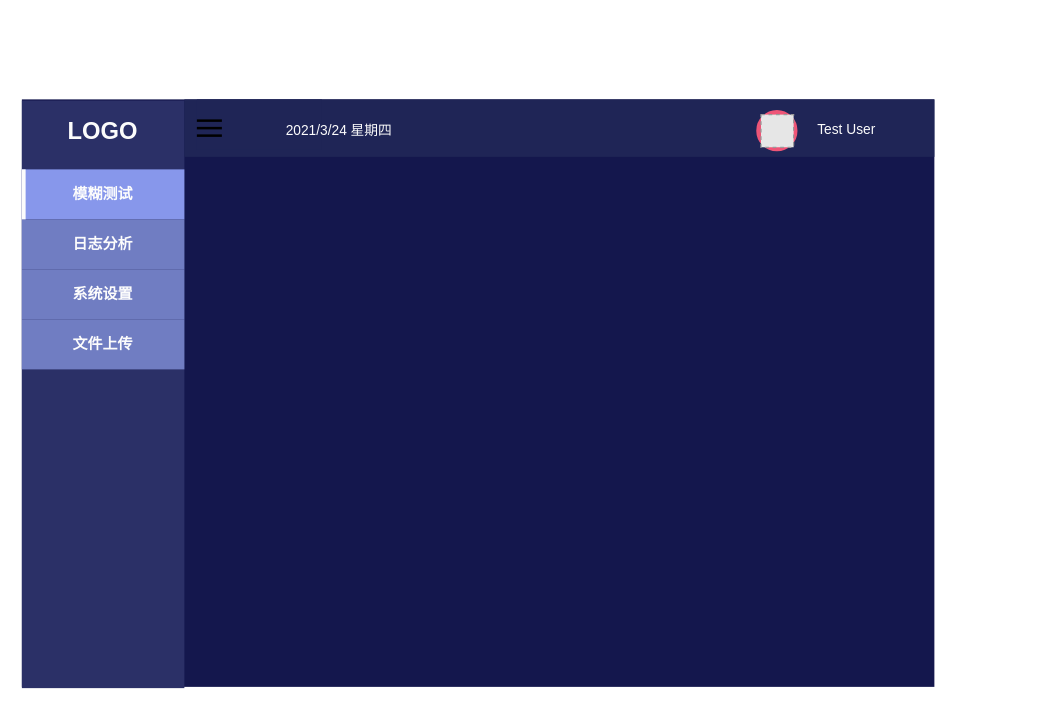
Above: page "Page-5" (5 of 5) of src/Untitled Diagram.drawio in maoqifan1/drawio (draw.io), before the change. Source tidied: cells renumbered, new cells numbered last; positions are measured from the earlier drawing's top-left corner, leaving out a move shared by most shapes. Both pictures are drawn from the tidied source at 125%, with x=0, y=0 at pixel (21, 99). Pictures stored in the file or linked from it are replaced by grey dashed boxes.
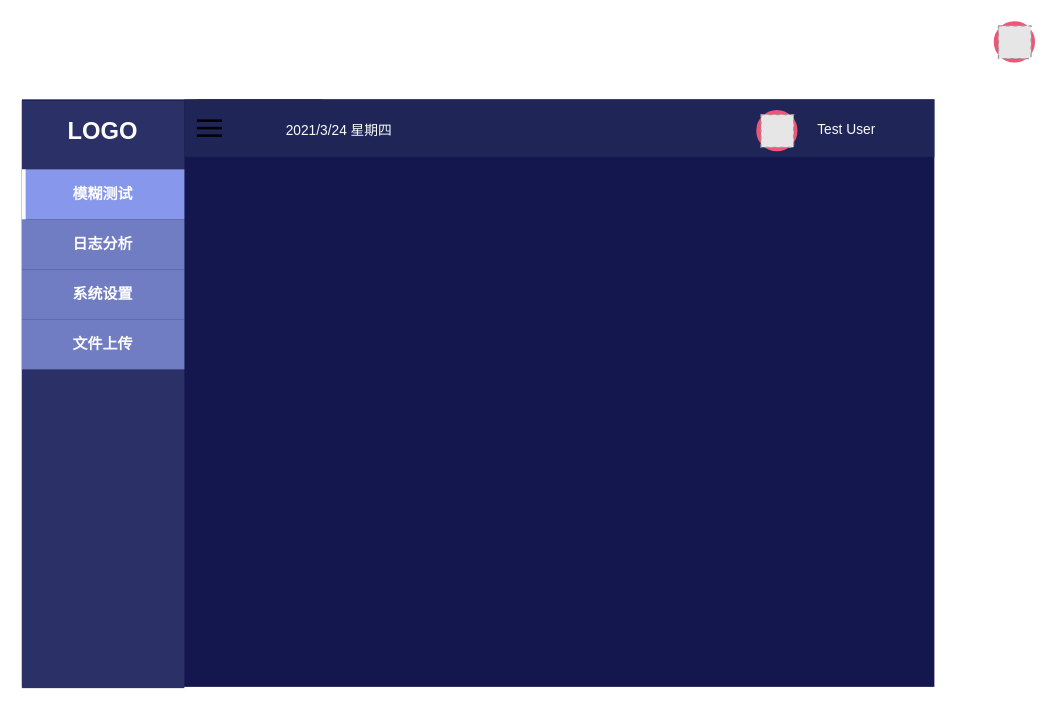
The same diagram, later.

The edit, as a diff of the source:
```diff
@@
+    <mxCell id="22" style="group;" parent="1" vertex="1">
+      <mxGeometry x="780" y="-60" width="30" height="28" as="geometry" />
+    </mxCell>
+    <mxCell id="23" style="ellipse;whiteSpace=wrap;html=1;fontSize=19;fontColor=#FCFCFC;strokeColor=#E57;strokeWidth=5;" parent="22" vertex="1">
+      <mxGeometry width="28" height="28" as="geometry" />
+    </mxCell>
+    <mxCell id="24" style="fillColor=#E6E6E6;strokeColor=#999999;dashed=1;verticalLabelPosition=bottom;labelBackgroundColor=default;verticalAlign=top;" parent="22" vertex="1">
+      <mxGeometry x="1.3" y="1.2" width="26.1" height="26.1" as="geometry" />
+    </mxCell>
```
